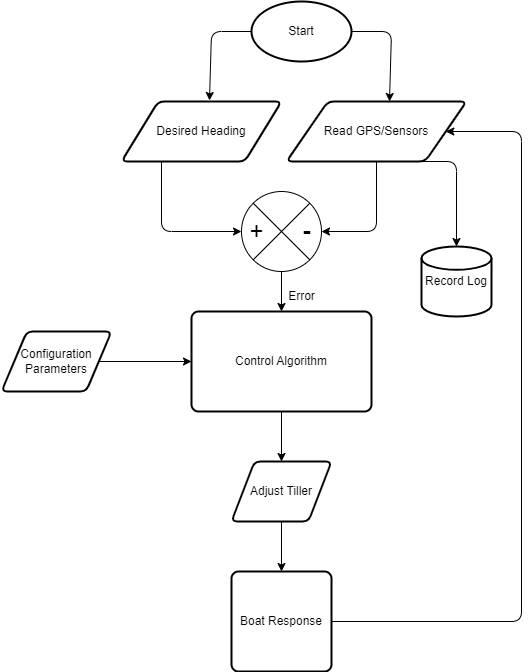
Above: slap/docs/report/analysis/dfd.drawio.png in SailoBam/slap (draw.io), before the change. Source tidied: cells renumbered, new cells last; positions are measured from the earlier drawing's top-left corner, leaving out a move shared by most shapes.
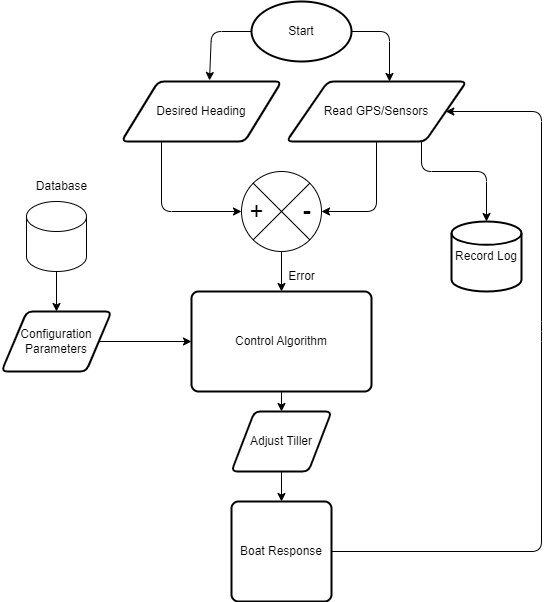
After the change.

The edit, as a diff of the source:
```diff
@@ -3,7 +3,7 @@
     <mxCell id="0" />
     <mxCell id="1" parent="0" />
     <mxCell id="2" value="Start" style="strokeWidth=2;html=1;shape=mxgraph.flowchart.start_1;whiteSpace=wrap;" parent="1" vertex="1">
-      <mxGeometry x="250" width="100" height="60" as="geometry" />
+      <mxGeometry x="250" y="20" width="100" height="60" as="geometry" />
     </mxCell>
     <mxCell id="3" value="Read GPS/Sensors" style="shape=parallelogram;html=1;strokeWidth=2;perimeter=parallelogramPerimeter;whiteSpace=wrap;rounded=1;arcSize=12;size=0.23;" parent="1" vertex="1">
       <mxGeometry x="285" y="100" width="180" height="60" as="geometry" />
@@ -43,8 +43,9 @@
     <mxCell id="12" style="edgeStyle=none;html=1;exitX=1;exitY=0.5;exitDx=0;exitDy=0;entryX=1;entryY=0.5;entryDx=0;entryDy=0;" parent="1" edge="1" source="22" target="3">
       <mxGeometry relative="1" as="geometry">
         <Array as="points">
-          <mxPoint x="520" y="620" />
-          <mxPoint x="520" y="130" />
+          <mxPoint x="540" y="570" />
+          <mxPoint x="540" y="350" />
+          <mxPoint x="540" y="130" />
         </Array>
       </mxGeometry>
     </mxCell>
@@ -55,15 +56,16 @@
       <mxGeometry relative="1" as="geometry" />
     </mxCell>
     <mxCell id="15" value="Adjust Tiller" style="shape=parallelogram;html=1;strokeWidth=2;perimeter=parallelogramPerimeter;whiteSpace=wrap;rounded=1;arcSize=12;size=0.23;" parent="1" vertex="1">
-      <mxGeometry x="230" y="460" width="100" height="60" as="geometry" />
+      <mxGeometry x="230" y="430" width="100" height="60" as="geometry" />
     </mxCell>
     <mxCell id="16" value="Record Log" style="strokeWidth=2;html=1;shape=mxgraph.flowchart.database;whiteSpace=wrap;" parent="1" vertex="1">
-      <mxGeometry x="420" y="245" width="70" height="70" as="geometry" />
+      <mxGeometry x="450" y="240" width="70" height="70" as="geometry" />
     </mxCell>
     <mxCell id="17" style="edgeStyle=none;html=1;exitX=0.75;exitY=1;exitDx=0;exitDy=0;entryX=0.5;entryY=0;entryDx=0;entryDy=0;entryPerimeter=0;" parent="1" edge="1" source="3" target="16">
       <mxGeometry relative="1" as="geometry">
         <Array as="points">
-          <mxPoint x="455" y="160" />
+          <mxPoint x="420" y="190" />
+          <mxPoint x="485" y="190" />
         </Array>
       </mxGeometry>
     </mxCell>
@@ -77,23 +79,31 @@
       <mxGeometry relative="1" as="geometry">
         <mxPoint x="388" y="100" as="targetPoint" />
         <Array as="points">
-          <mxPoint x="390" y="30" />
+          <mxPoint x="388" y="50" />
         </Array>
       </mxGeometry>
     </mxCell>
-    <mxCell id="21" style="edgeStyle=none;html=1;entryX=0.55;entryY=-0.017;entryDx=0;entryDy=0;entryPerimeter=0;" parent="1" edge="1" target="4">
+    <mxCell id="21" style="edgeStyle=none;html=1;entryX=0.55;entryY=-0.017;entryDx=0;entryDy=0;entryPerimeter=0;exitX=0;exitY=0.5;exitDx=0;exitDy=0;exitPerimeter=0;" parent="1" edge="1" source="2" target="4">
       <mxGeometry relative="1" as="geometry">
-        <mxPoint x="250" y="30" as="sourcePoint" />
         <Array as="points">
-          <mxPoint x="210" y="30" />
+          <mxPoint x="210" y="50" />
         </Array>
       </mxGeometry>
     </mxCell>
     <mxCell id="22" value="Boat Response" style="rounded=1;whiteSpace=wrap;html=1;absoluteArcSize=1;arcSize=14;strokeWidth=2;" parent="1" vertex="1">
-      <mxGeometry x="230" y="570" width="100" height="100" as="geometry" />
+      <mxGeometry x="230" y="520" width="100" height="100" as="geometry" />
     </mxCell>
     <mxCell id="23" value="Error" style="text;html=1;align=center;verticalAlign=middle;strokeColor=none;fillColor=none;" parent="1" vertex="1">
       <mxGeometry x="275" y="280" width="50" height="30" as="geometry" />
     </mxCell>
+    <mxCell id="24" style="shape=cylinder3;whiteSpace=wrap;html=1;boundedLbl=1;backgroundOutline=1;size=15;" parent="1" vertex="1">
+      <mxGeometry x="25" y="220" width="60" height="70" as="geometry" />
+    </mxCell>
+    <mxCell id="25" style="edgeStyle=none;html=1;exitX=0.5;exitY=0;exitDx=0;exitDy=0;entryX=0.5;entryY=1;entryDx=0;entryDy=0;entryPerimeter=0;startArrow=classic;startFill=1;endArrow=none;endFill=0;" parent="1" edge="1" source="19" target="24">
+      <mxGeometry relative="1" as="geometry" />
+    </mxCell>
+    <mxCell id="26" value="Database" style="text;html=1;align=center;verticalAlign=middle;strokeColor=none;fillColor=none;" parent="1" vertex="1">
+      <mxGeometry x="25" y="190" width="70" height="30" as="geometry" />
+    </mxCell>
   </root>
 </mxGraphModel>
```
